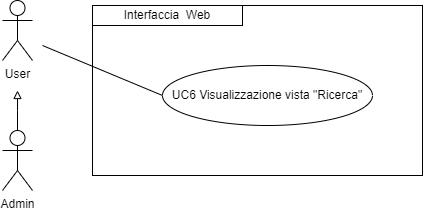
The draw.io diagram imgs/Uml/UC6.png in ShameIRL/farmacode, before a commit. Source tidied: cells renumbered, new cells last; positions are measured from the earlier drawing's top-left corner, leaving out a move shared by most shapes.
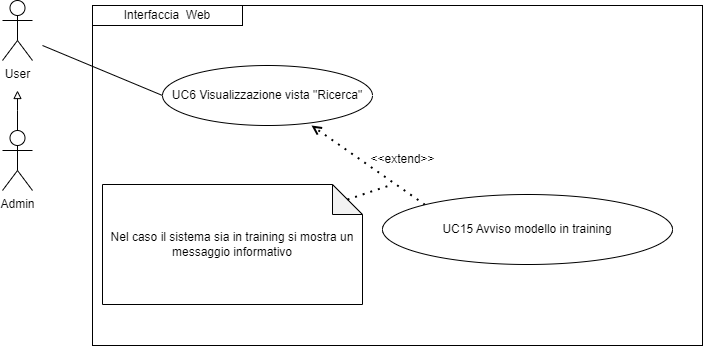
After the commit.

What changed in the source:
```diff
@@ -18,7 +18,7 @@
       <mxGeometry width="30" height="60" as="geometry" />
     </mxCell>
     <mxCell id="5" style="rounded=0;whiteSpace=wrap;html=1;fillColor=none;" parent="1" vertex="1">
-      <mxGeometry x="90" y="5" width="330" height="170" as="geometry" />
+      <mxGeometry x="90" y="5" width="610" height="340" as="geometry" />
     </mxCell>
     <mxCell id="6" value="&lt;div style=&quot;&quot;&gt;Interfaccia&amp;nbsp; W&lt;span style=&quot;background-color: initial;&quot;&gt;eb&lt;/span&gt;&lt;/div&gt;" style="rounded=0;whiteSpace=wrap;html=1;fillColor=none;align=center;" parent="1" vertex="1">
       <mxGeometry x="90" y="5" width="150" height="20" as="geometry" />
@@ -31,5 +31,24 @@
         <mxPoint x="40" y="45" as="sourcePoint" />
       </mxGeometry>
     </mxCell>
+    <mxCell id="9" value="Nel caso il sistema sia in training si mostra un messaggio informativo" style="shape=note;whiteSpace=wrap;html=1;backgroundOutline=1;darkOpacity=0.05;" parent="1" vertex="1">
+      <mxGeometry x="100" y="184" width="260" height="120" as="geometry" />
+    </mxCell>
+    <mxCell id="10" style="endArrow=open;dashed=1;html=1;dashPattern=1 3;strokeWidth=2;rounded=0;entryX=0.716;entryY=1.017;entryDx=0;entryDy=0;entryPerimeter=0;exitX=0;exitY=0;exitDx=0;exitDy=0;" parent="1" edge="1" source="11">
+      <mxGeometry relative="1" as="geometry">
+        <mxPoint x="309" y="125" as="targetPoint" />
+      </mxGeometry>
+    </mxCell>
+    <mxCell id="11" value="UC15 Avviso modello in training" style="ellipse;whiteSpace=wrap;html=1;" parent="1" vertex="1">
+      <mxGeometry x="380" y="194" width="290" height="70" as="geometry" />
+    </mxCell>
+    <mxCell id="12" style="endArrow=none;dashed=1;html=1;dashPattern=1 3;strokeWidth=2;rounded=0;exitX=0;exitY=0;exitDx=245;exitDy=15;exitPerimeter=0;endFill=0;" parent="1" edge="1" source="9">
+      <mxGeometry relative="1" as="geometry">
+        <mxPoint x="390" y="184" as="targetPoint" />
+      </mxGeometry>
+    </mxCell>
+    <mxCell id="13" value="&amp;lt;&amp;lt;extend&amp;gt;&amp;gt;" style="text;html=1;align=center;verticalAlign=middle;strokeColor=none;fillColor=none;" parent="1" vertex="1">
+      <mxGeometry x="355" y="144" width="90" height="30" as="geometry" />
+    </mxCell>
   </root>
 </mxGraphModel>
```
